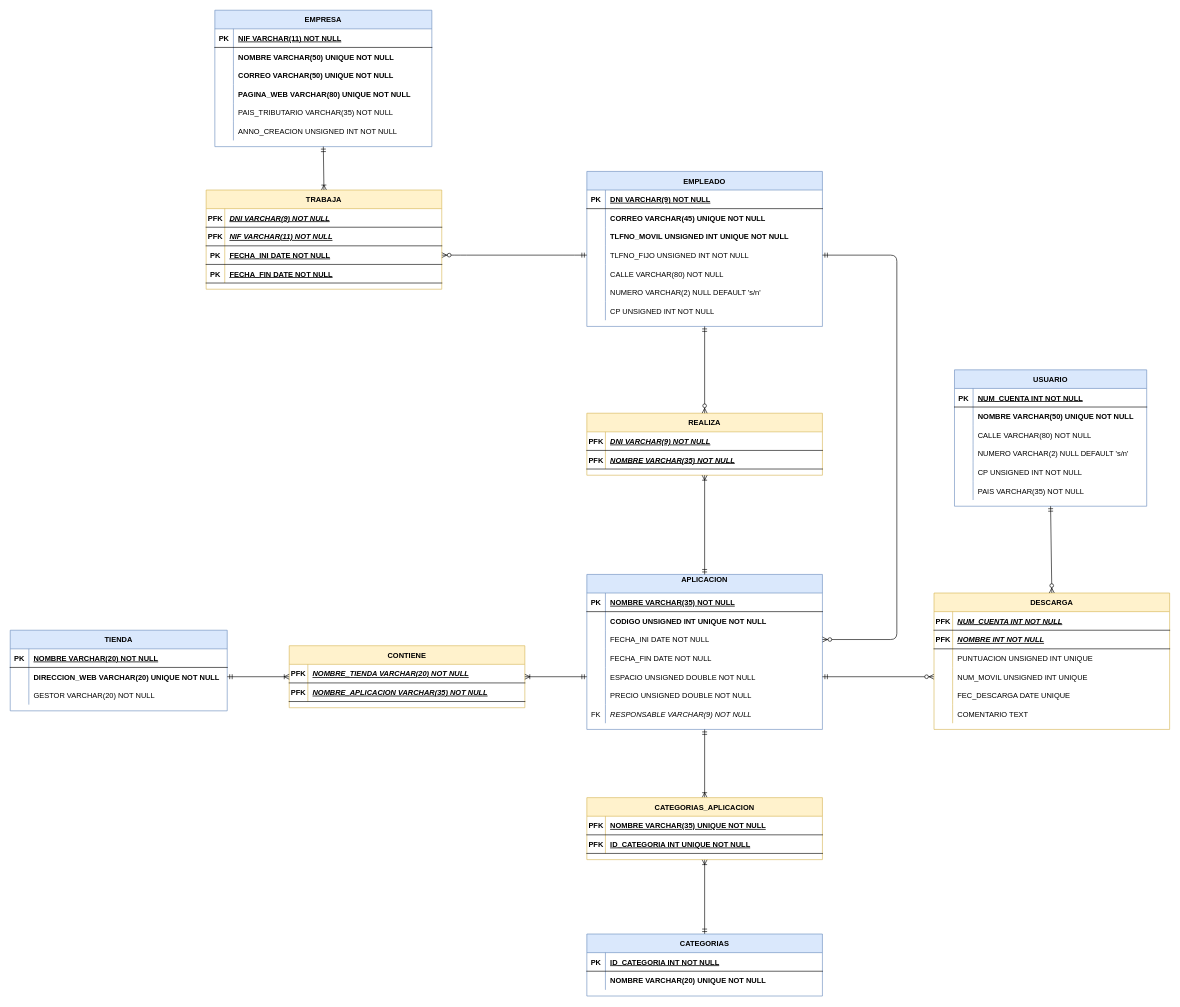
Earlier version of the draw.io diagram DiagramaRelacional.drawio (AlbertoUAH/Bases-de-datos-SQL). Source tidied: cells renumbered, new cells numbered last; positions are measured from the earlier drawing's top-left corner, leaving out a move shared by most shapes. Both pictures are drawn from the tidied source at 62%, with x=0, y=0 at pixel (10, 10).
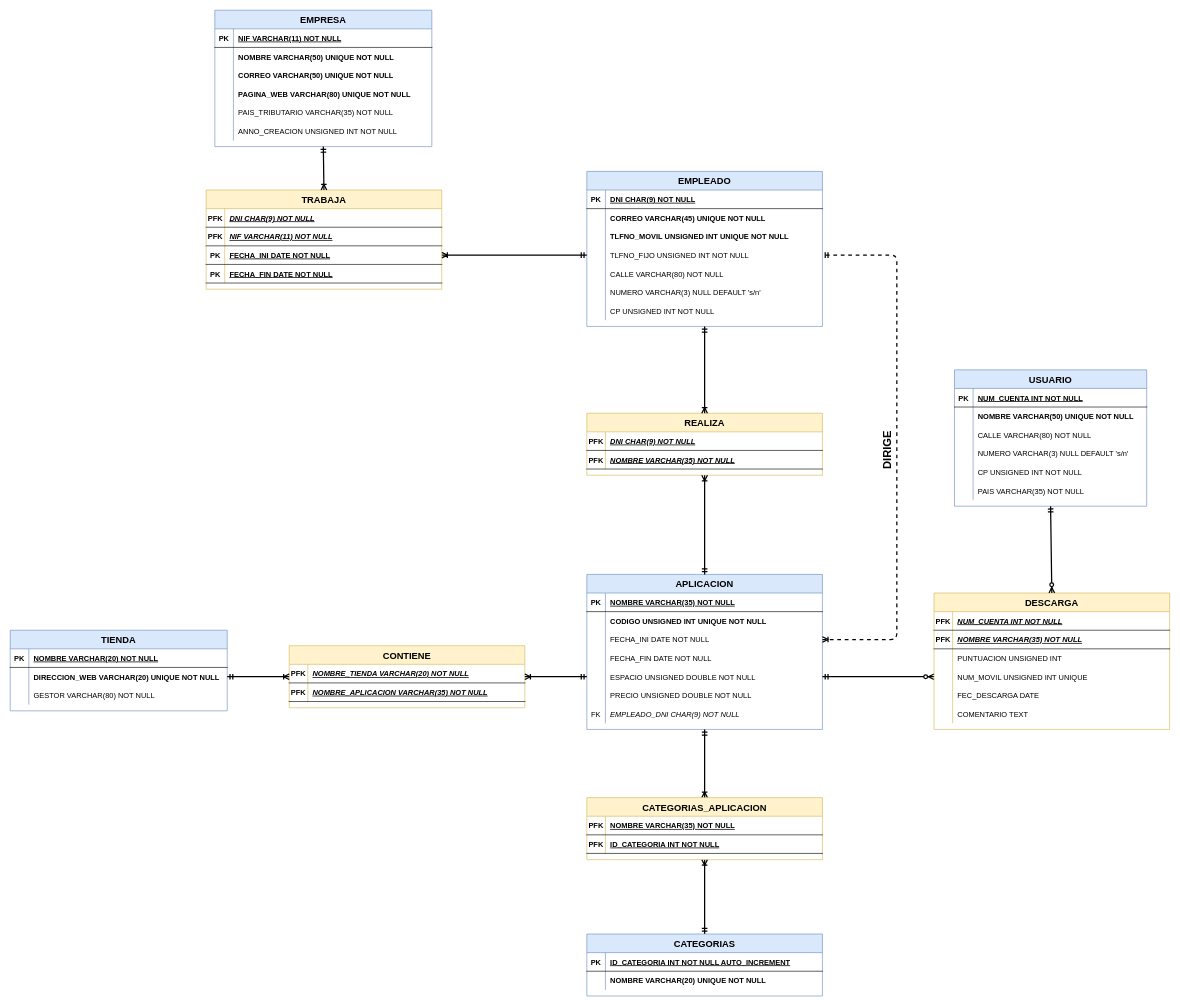
The same diagram, later.

Commit message (it also covers changes not shown here):
Cambios diagramas E-R y Relacional + Script SQL (Base de datos + tablas)

Unchanged cells that the change refers to:
```xml
<mxCell id="22" style="shape=partialRectangle;fillColor=none;top=0;left=0;right=0;bottom=1;" parent="21" vertex="1">
  <mxGeometry y="30" width="380" height="30" as="geometry" />
</mxCell>
<mxCell id="31" style="shape=partialRectangle;fillColor=none;points=[[0,0.5],[1,0.5]];portConstraint=eastwest;top=0;left=0;right=0;bottom=0;" parent="21" vertex="1">
  <mxGeometry y="120" width="380" height="30" as="geometry" />
</mxCell>
<mxCell id="37" style="shape=partialRectangle;fillColor=none;top=0;left=0;right=0;bottom=0;" parent="21" vertex="1">
  <mxGeometry y="180" width="380" height="30" as="geometry" />
</mxCell>
<mxCell id="44" style="shape=partialRectangle;fillColor=none;top=0;left=0;right=0;bottom=1;" parent="43" vertex="1">
  <mxGeometry y="30" width="380" height="30" as="geometry" />
</mxCell>
<mxCell id="57" style="shape=partialRectangle;fillColor=none;points=[[0,0.5],[1,0.5]];portConstraint=eastwest;top=0;left=0;right=0;bottom=0;" parent="50" vertex="1">
  <mxGeometry y="90" width="380" height="30" as="geometry" />
</mxCell>
<mxCell id="63" style="shape=partialRectangle;fillColor=none;points=[[0,0.5],[1,0.5]];portConstraint=eastwest;top=0;left=0;right=0;bottom=0;" parent="50" vertex="1">
  <mxGeometry y="150" width="380" height="30" as="geometry" />
</mxCell>
<mxCell id="69" style="shape=partialRectangle;fillColor=none;top=0;left=0;right=0;bottom=0;" parent="50" vertex="1">
  <mxGeometry y="210" width="380" height="30" as="geometry" />
</mxCell>
<mxCell id="76" style="shape=partialRectangle;fillColor=none;points=[[0,0.5],[1,0.5]];portConstraint=eastwest;top=0;left=0;right=0;bottom=0;" parent="72" vertex="1">
  <mxGeometry y="60" width="350" height="30" as="geometry" />
</mxCell>
<mxCell id="79" style="shape=partialRectangle;fillColor=none;top=0;left=0;right=0;bottom=0;" parent="72" vertex="1">
  <mxGeometry y="90" width="350" height="30" as="geometry" />
</mxCell>
<mxCell id="97" style="shape=partialRectangle;fillColor=none;top=0;left=0;right=0;bottom=1;" parent="96" vertex="1">
  <mxGeometry y="30" width="380" height="30" as="geometry" />
</mxCell>
<mxCell id="103" style="shape=partialRectangle;fillColor=none;points=[[0,0.5],[1,0.5]];portConstraint=eastwest;top=0;left=0;right=0;bottom=1;" parent="96" vertex="1">
  <mxGeometry y="90" width="380" height="30" as="geometry" />
</mxCell>
<mxCell id="115" style="shape=partialRectangle;fillColor=none;top=0;left=0;right=0;bottom=1;" parent="111" vertex="1">
  <mxGeometry y="60" width="380" height="30" as="geometry" />
</mxCell>
<mxCell id="118" style="shape=partialRectangle;fillColor=none;top=0;left=0;right=0;bottom=0;" parent="111" vertex="1">
  <mxGeometry y="90" width="380" height="30" as="geometry" />
</mxCell>
<mxCell id="121" style="shape=partialRectangle;fillColor=none;points=[[0,0.5],[1,0.5]];portConstraint=eastwest;top=0;left=0;right=0;bottom=0;" parent="111" vertex="1">
  <mxGeometry y="120" width="380" height="30" as="geometry" />
</mxCell>
<mxCell id="124" style="shape=partialRectangle;fillColor=none;top=0;left=0;right=0;bottom=0;" parent="111" vertex="1">
  <mxGeometry y="150" width="380" height="30" as="geometry" />
</mxCell>
<mxCell id="140" style="shape=partialRectangle;fillColor=none;top=0;left=0;right=0;bottom=0;" parent="130" vertex="1">
  <mxGeometry y="120" width="310" height="30" as="geometry" />
</mxCell>
<mxCell id="152" style="shape=partialRectangle;fillColor=none;top=0;left=0;right=0;bottom=1;" parent="151" vertex="1">
  <mxGeometry y="30" width="380" height="30" as="geometry" />
</mxCell>
<mxCell id="155" style="shape=partialRectangle;fillColor=none;top=0;left=0;right=0;bottom=1;" parent="151" vertex="1">
  <mxGeometry y="60" width="380" height="30" as="geometry" />
</mxCell>
<mxCell id="159" style="shape=partialRectangle;fillColor=none;top=0;left=0;right=0;bottom=1;" parent="158" vertex="1">
  <mxGeometry y="30" width="380" height="30" as="geometry" />
</mxCell>
```

Diff of the diagram source:
```diff
@@
-    <mxCell id="2" value="EMPRESA" style="shape=table;startSize=30;childLayout=tableLayout;rowLines=0;fontStyle=1;align=center;fillColor=#dae8fc;strokeColor=#6c8ebf;" parent="1" vertex="1">
+    <mxCell id="2" value="EMPRESA" style="shape=table;startSize=30;childLayout=tableLayout;rowLines=0;fontStyle=1;align=center;fillColor=#dae8fc;strokeColor=#6c8ebf;fontSize=15;" parent="1" vertex="1">
       <mxGeometry x="330" width="350" height="220" as="geometry" />
     </mxCell>
@@
-    <mxCell id="21" value="EMPLEADO" style="shape=table;startSize=30;childLayout=tableLayout;rowLines=0;fontStyle=1;align=center;fillColor=#dae8fc;strokeColor=#6c8ebf;" parent="1" vertex="1">
+    <mxCell id="21" value="EMPLEADO" style="shape=table;startSize=30;childLayout=tableLayout;rowLines=0;fontStyle=1;align=center;fillColor=#dae8fc;strokeColor=#6c8ebf;fontSize=15;" parent="1" vertex="1">
       <mxGeometry x="930" y="260" width="380" height="250" as="geometry" />
     </mxCell>
@@
-    <mxCell id="24" value="DNI VARCHAR(9) NOT NULL" style="shape=partialRectangle;overflow=hidden;fillColor=none;top=0;left=0;bottom=0;right=0;align=left;spacingLeft=6;fontStyle=5;" parent="22" vertex="1">
+    <mxCell id="24" value="DNI CHAR(9) NOT NULL" style="shape=partialRectangle;overflow=hidden;fillColor=none;top=0;left=0;bottom=0;right=0;align=left;spacingLeft=6;fontStyle=5;" parent="22" vertex="1">
       <mxGeometry x="30" width="350" height="30" as="geometry" />
     </mxCell>
@@
-    <mxCell id="39" value="NUMERO VARCHAR(2) NULL DEFAULT 's/n'" style="shape=partialRectangle;overflow=hidden;fillColor=none;top=0;left=0;bottom=0;right=0;align=left;spacingLeft=6;" parent="37" vertex="1">
+    <mxCell id="39" value="NUMERO VARCHAR(3) NULL DEFAULT 's/n'" style="shape=partialRectangle;overflow=hidden;fillColor=none;top=0;left=0;bottom=0;right=0;align=left;spacingLeft=6;" parent="37" vertex="1">
       <mxGeometry x="30" width="350" height="30" as="geometry" />
     </mxCell>
@@
-    <mxCell id="43" value="REALIZA" style="shape=table;startSize=30;childLayout=tableLayout;rowLines=0;fontStyle=1;align=center;fillColor=#fff2cc;strokeColor=#d6b656;" parent="1" vertex="1">
+    <mxCell id="43" value="REALIZA" style="shape=table;startSize=30;childLayout=tableLayout;rowLines=0;fontStyle=1;align=center;fillColor=#fff2cc;strokeColor=#d6b656;fontSize=15;" parent="1" vertex="1">
       <mxGeometry x="930" y="650" width="380" height="100" as="geometry" />
     </mxCell>
@@
-    <mxCell id="46" value="DNI VARCHAR(9) NOT NULL" style="shape=partialRectangle;overflow=hidden;fillColor=none;top=0;left=0;bottom=0;right=0;align=left;spacingLeft=6;fontStyle=7;" parent="44" vertex="1">
+    <mxCell id="46" value="DNI CHAR(9) NOT NULL" style="shape=partialRectangle;overflow=hidden;fillColor=none;top=0;left=0;bottom=0;right=0;align=left;spacingLeft=6;fontStyle=7;" parent="44" vertex="1">
       <mxGeometry x="30" width="350" height="30" as="geometry" />
     </mxCell>
@@
-    <mxCell id="50" value="APLICACION&#10;" style="shape=table;startSize=30;childLayout=tableLayout;rowLines=0;fontStyle=1;align=center;fillColor=#dae8fc;strokeColor=#6c8ebf;" parent="1" vertex="1">
+    <mxCell id="50" value="APLICACION&#10;" style="shape=table;startSize=30;childLayout=tableLayout;rowLines=0;fontStyle=1;align=center;fillColor=#dae8fc;strokeColor=#6c8ebf;fontSize=15;verticalAlign=top;" parent="1" vertex="1">
       <mxGeometry x="930" y="910" width="380" height="250" as="geometry" />
     </mxCell>
@@
-    <mxCell id="71" value="RESPONSABLE VARCHAR(9) NOT NULL" style="shape=partialRectangle;overflow=hidden;fillColor=none;top=0;left=0;bottom=0;right=0;align=left;spacingLeft=6;fontStyle=2;" parent="69" vertex="1">
+    <mxCell id="71" value="EMPLEADO_DNI CHAR(9) NOT NULL" style="shape=partialRectangle;overflow=hidden;fillColor=none;top=0;left=0;bottom=0;right=0;align=left;spacingLeft=6;fontStyle=2;" parent="69" vertex="1">
       <mxGeometry x="30" width="350" height="30" as="geometry" />
     </mxCell>
-    <mxCell id="72" value="TIENDA" style="shape=table;startSize=30;childLayout=tableLayout;rowLines=0;fontStyle=1;align=center;fillColor=#dae8fc;strokeColor=#6c8ebf;" parent="1" vertex="1">
+    <mxCell id="72" value="TIENDA" style="shape=table;startSize=30;childLayout=tableLayout;rowLines=0;fontStyle=1;align=center;fillColor=#dae8fc;strokeColor=#6c8ebf;fontSize=15;" parent="1" vertex="1">
       <mxGeometry y="1000" width="350" height="130" as="geometry" />
     </mxCell>
@@
-    <mxCell id="81" value="GESTOR VARCHAR(20) NOT NULL" style="shape=partialRectangle;overflow=hidden;fillColor=none;top=0;left=0;bottom=0;right=0;align=left;spacingLeft=6;fontStyle=0;" parent="79" vertex="1">
+    <mxCell id="81" value="GESTOR VARCHAR(80) NOT NULL" style="shape=partialRectangle;overflow=hidden;fillColor=none;top=0;left=0;bottom=0;right=0;align=left;spacingLeft=6;fontStyle=0;" parent="79" vertex="1">
       <mxGeometry x="30" width="320" height="30" as="geometry" />
     </mxCell>
-    <mxCell id="82" value="CONTIENE" style="shape=table;startSize=30;childLayout=tableLayout;rowLines=0;fontStyle=1;align=center;fillColor=#fff2cc;strokeColor=#d6b656;" parent="1" vertex="1">
+    <mxCell id="82" value="CONTIENE" style="shape=table;startSize=30;childLayout=tableLayout;rowLines=0;fontStyle=1;align=center;fillColor=#fff2cc;strokeColor=#d6b656;fontSize=15;" parent="1" vertex="1">
       <mxGeometry x="450" y="1025" width="380" height="100" as="geometry" />
     </mxCell>
@@
-    <mxCell id="89" style="edgeStyle=entityRelationEdgeStyle;fontSize=12;html=1;endArrow=ERzeroToMany;startArrow=ERmandOne;entryX=1;entryY=0.5;entryDx=0;entryDy=0;exitX=0;exitY=0.5;exitDx=0;exitDy=0;" parent="1" edge="1" source="31" target="103">
+    <mxCell id="89" style="edgeStyle=entityRelationEdgeStyle;fontSize=12;html=1;endArrow=ERoneToMany;startArrow=ERmandOne;entryX=1;entryY=0.5;entryDx=0;entryDy=0;exitX=0;exitY=0.5;exitDx=0;exitDy=0;endFill=0;strokeWidth=2;" parent="1" edge="1" source="31" target="103">
       <mxGeometry relative="1" as="geometry" />
     </mxCell>
-    <mxCell id="90" style="endArrow=ERmandOne;html=1;strokeColor=#000000;entryX=0.5;entryY=1;entryDx=0;entryDy=0;exitX=0.5;exitY=0;exitDx=0;exitDy=0;startArrow=ERzeroToMany;startFill=1;endFill=0;" parent="1" edge="1" source="43" target="21">
+    <mxCell id="90" style="endArrow=ERmandOne;html=1;strokeColor=#000000;entryX=0.5;entryY=1;entryDx=0;entryDy=0;exitX=0.5;exitY=0;exitDx=0;exitDy=0;startArrow=ERoneToMany;startFill=0;endFill=0;strokeWidth=2;" parent="1" edge="1" source="43" target="21">
       <mxGeometry relative="1" as="geometry" />
     </mxCell>
-    <mxCell id="91" style="endArrow=ERoneToMany;html=1;strokeColor=#000000;entryX=0.5;entryY=1;entryDx=0;entryDy=0;exitX=0.5;exitY=0;exitDx=0;exitDy=0;startArrow=ERmandOne;startFill=0;endFill=0;" parent="1" edge="1" source="50" target="43">
+    <mxCell id="91" style="endArrow=ERoneToMany;html=1;strokeColor=#000000;entryX=0.5;entryY=1;entryDx=0;entryDy=0;exitX=0.5;exitY=0;exitDx=0;exitDy=0;startArrow=ERmandOne;startFill=0;endFill=0;strokeWidth=2;" parent="1" edge="1" source="50" target="43">
       <mxGeometry relative="1" as="geometry" />
     </mxCell>
-    <mxCell id="92" style="endArrow=ERmandOne;html=1;strokeColor=#000000;entryX=0;entryY=0.5;entryDx=0;entryDy=0;exitX=1;exitY=0.5;exitDx=0;exitDy=0;startArrow=ERoneToMany;startFill=0;endFill=0;" parent="1" edge="1" source="82" target="63">
+    <mxCell id="92" style="endArrow=ERmandOne;html=1;strokeColor=#000000;entryX=0;entryY=0.5;entryDx=0;entryDy=0;exitX=1;exitY=0.5;exitDx=0;exitDy=0;startArrow=ERoneToMany;startFill=0;endFill=0;strokeWidth=2;" parent="1" edge="1" source="82" target="63">
       <mxGeometry relative="1" as="geometry" />
     </mxCell>
-    <mxCell id="93" style="endArrow=ERoneToMany;html=1;strokeColor=#000000;entryX=0;entryY=0.5;entryDx=0;entryDy=0;exitX=1;exitY=0.5;exitDx=0;exitDy=0;startArrow=ERmandOne;startFill=0;endFill=0;" parent="1" edge="1" source="76" target="82">
+    <mxCell id="93" style="endArrow=ERoneToMany;html=1;strokeColor=#000000;entryX=0;entryY=0.5;entryDx=0;entryDy=0;exitX=1;exitY=0.5;exitDx=0;exitDy=0;startArrow=ERmandOne;startFill=0;endFill=0;strokeWidth=2;" parent="1" edge="1" source="76" target="82">
       <mxGeometry relative="1" as="geometry" />
     </mxCell>
-    <mxCell id="94" style="endArrow=ERmandOne;html=1;strokeColor=#000000;exitX=0.5;exitY=0;exitDx=0;exitDy=0;startArrow=ERoneToMany;startFill=0;endFill=0;" parent="1" edge="1" source="151">
+    <mxCell id="94" style="endArrow=ERmandOne;html=1;strokeColor=#000000;exitX=0.5;exitY=0;exitDx=0;exitDy=0;startArrow=ERoneToMany;startFill=0;endFill=0;strokeWidth=2;" parent="1" edge="1" source="151">
       <mxGeometry relative="1" as="geometry">
         <mxPoint x="1120" y="1160" as="targetPoint" />
       </mxGeometry>
     </mxCell>
-    <mxCell id="95" style="endArrow=ERoneToMany;html=1;strokeColor=#000000;exitX=0.5;exitY=0;exitDx=0;exitDy=0;startArrow=ERmandOne;startFill=0;endFill=0;entryX=0.5;entryY=1;entryDx=0;entryDy=0;" parent="1" edge="1" source="158" target="151">
+    <mxCell id="95" style="endArrow=ERoneToMany;html=1;strokeColor=#000000;exitX=0.5;exitY=0;exitDx=0;exitDy=0;startArrow=ERmandOne;startFill=0;endFill=0;entryX=0.5;entryY=1;entryDx=0;entryDy=0;strokeWidth=2;" parent="1" edge="1" source="158" target="151">
       <mxGeometry relative="1" as="geometry" />
     </mxCell>
-    <mxCell id="96" value="TRABAJA" style="shape=table;startSize=30;childLayout=tableLayout;rowLines=0;fontStyle=1;align=center;fillColor=#fff2cc;strokeColor=#d6b656;" parent="1" vertex="1">
+    <mxCell id="96" value="TRABAJA" style="shape=table;startSize=30;childLayout=tableLayout;rowLines=0;fontStyle=1;align=center;fillColor=#fff2cc;strokeColor=#d6b656;fontSize=15;" parent="1" vertex="1">
       <mxGeometry x="316" y="290" width="380" height="160" as="geometry" />
     </mxCell>
@@
-    <mxCell id="99" value="DNI VARCHAR(9) NOT NULL" style="shape=partialRectangle;overflow=hidden;fillColor=none;top=0;left=0;bottom=0;right=0;align=left;spacingLeft=6;fontStyle=7;" parent="97" vertex="1">
+    <mxCell id="99" value="DNI CHAR(9) NOT NULL" style="shape=partialRectangle;overflow=hidden;fillColor=none;top=0;left=0;bottom=0;right=0;align=left;spacingLeft=6;fontStyle=7;" parent="97" vertex="1">
       <mxGeometry x="30" width="350" height="30" as="geometry" />
     </mxCell>
@@
-    <mxCell id="109" style="endArrow=ERmandOne;html=1;strokeColor=#000000;entryX=0.5;entryY=1;entryDx=0;entryDy=0;exitX=0.5;exitY=0;exitDx=0;exitDy=0;startArrow=ERoneToMany;startFill=0;endFill=0;" parent="1" edge="1" source="96" target="2">
+    <mxCell id="109" style="endArrow=ERmandOne;html=1;strokeColor=#000000;entryX=0.5;entryY=1;entryDx=0;entryDy=0;exitX=0.5;exitY=0;exitDx=0;exitDy=0;startArrow=ERoneToMany;startFill=0;endFill=0;strokeWidth=2;" parent="1" edge="1" source="96" target="2">
       <mxGeometry relative="1" as="geometry" />
     </mxCell>
-    <mxCell id="110" style="endArrow=ERzeroToMany;html=1;strokeColor=#000000;entryX=0;entryY=0.5;entryDx=0;entryDy=0;exitX=1;exitY=0.5;exitDx=0;exitDy=0;startArrow=ERmandOne;startFill=0;endFill=1;" parent="1" edge="1" source="63" target="121">
+    <mxCell id="110" style="endArrow=ERzeroToMany;html=1;strokeColor=#000000;entryX=0;entryY=0.5;entryDx=0;entryDy=0;exitX=1;exitY=0.5;exitDx=0;exitDy=0;startArrow=ERmandOne;startFill=0;endFill=1;strokeWidth=2;" parent="1" edge="1" source="63" target="121">
       <mxGeometry relative="1" as="geometry" />
     </mxCell>
-    <mxCell id="111" value="DESCARGA" style="shape=table;startSize=30;childLayout=tableLayout;rowLines=0;fontStyle=1;align=center;fillColor=#fff2cc;strokeColor=#d6b656;" parent="1" vertex="1">
+    <mxCell id="111" value="DESCARGA" style="shape=table;startSize=30;childLayout=tableLayout;rowLines=0;fontStyle=1;align=center;fillColor=#fff2cc;strokeColor=#d6b656;fontSize=15;" parent="1" vertex="1">
       <mxGeometry x="1490" y="940" width="380" height="220" as="geometry" />
     </mxCell>
@@
-    <mxCell id="117" value="NOMBRE INT NOT NULL" style="shape=partialRectangle;overflow=hidden;fillColor=none;top=0;left=0;bottom=0;right=0;align=left;spacingLeft=6;fontStyle=7;" parent="115" vertex="1">
+    <mxCell id="117" value="NOMBRE VARCHAR(35) NOT NULL" style="shape=partialRectangle;overflow=hidden;fillColor=none;top=0;left=0;bottom=0;right=0;align=left;spacingLeft=6;fontStyle=7;" parent="115" vertex="1">
       <mxGeometry x="30" width="350" height="30" as="geometry" />
     </mxCell>
@@
-    <mxCell id="120" value="PUNTUACION UNSIGNED INT UNIQUE" style="shape=partialRectangle;overflow=hidden;fillColor=none;top=0;left=0;bottom=0;right=0;align=left;spacingLeft=6;fontStyle=0;" parent="118" vertex="1">
+    <mxCell id="120" value="PUNTUACION UNSIGNED INT " style="shape=partialRectangle;overflow=hidden;fillColor=none;top=0;left=0;bottom=0;right=0;align=left;spacingLeft=6;fontStyle=0;" parent="118" vertex="1">
       <mxGeometry x="30" width="350" height="30" as="geometry" />
     </mxCell>
@@
-    <mxCell id="126" value="FEC_DESCARGA DATE UNIQUE" style="shape=partialRectangle;overflow=hidden;fillColor=none;top=0;left=0;bottom=0;right=0;align=left;spacingLeft=6;" parent="124" vertex="1">
+    <mxCell id="126" value="FEC_DESCARGA DATE" style="shape=partialRectangle;overflow=hidden;fillColor=none;top=0;left=0;bottom=0;right=0;align=left;spacingLeft=6;" parent="124" vertex="1">
       <mxGeometry x="30" width="350" height="30" as="geometry" />
     </mxCell>
@@
-    <mxCell id="130" value="USUARIO" style="shape=table;startSize=30;childLayout=tableLayout;rowLines=0;fontStyle=1;align=center;fillColor=#dae8fc;strokeColor=#6c8ebf;" parent="1" vertex="1">
+    <mxCell id="130" value="USUARIO" style="shape=table;startSize=30;childLayout=tableLayout;rowLines=0;fontStyle=1;align=center;fillColor=#dae8fc;strokeColor=#6c8ebf;fontSize=15;" parent="1" vertex="1">
       <mxGeometry x="1523" y="580" width="310" height="220" as="geometry" />
     </mxCell>
@@
-    <mxCell id="142" value="NUMERO VARCHAR(2) NULL DEFAULT 's/n'" style="shape=partialRectangle;overflow=hidden;fillColor=none;top=0;left=0;bottom=0;right=0;align=left;spacingLeft=6;" parent="140" vertex="1">
+    <mxCell id="142" value="NUMERO VARCHAR(3) NULL DEFAULT 's/n'" style="shape=partialRectangle;overflow=hidden;fillColor=none;top=0;left=0;bottom=0;right=0;align=left;spacingLeft=6;" parent="140" vertex="1">
       <mxGeometry x="30" width="280" height="30" as="geometry" />
     </mxCell>
@@
-    <mxCell id="149" style="endArrow=ERzeroToMany;html=1;strokeColor=#000000;entryX=0.5;entryY=0;entryDx=0;entryDy=0;exitX=0.5;exitY=1;exitDx=0;exitDy=0;startArrow=ERmandOne;startFill=0;endFill=1;" parent="1" edge="1" source="130" target="111">
+    <mxCell id="149" style="endArrow=ERzeroToMany;html=1;strokeColor=#000000;entryX=0.5;entryY=0;entryDx=0;entryDy=0;exitX=0.5;exitY=1;exitDx=0;exitDy=0;startArrow=ERmandOne;startFill=0;endFill=1;strokeWidth=2;" parent="1" edge="1" source="130" target="111">
       <mxGeometry relative="1" as="geometry" />
     </mxCell>
-    <mxCell id="150" style="endArrow=ERmandOne;html=1;strokeColor=#000000;entryX=1;entryY=0.5;entryDx=0;entryDy=0;exitX=1;exitY=0.5;exitDx=0;exitDy=0;startArrow=ERzeroToMany;startFill=1;endFill=0;" parent="1" edge="1" source="57" target="31">
+    <mxCell id="150" style="endArrow=ERmandOne;html=1;strokeColor=#000000;entryX=1;entryY=0.5;entryDx=0;entryDy=0;exitX=1;exitY=0.5;exitDx=0;exitDy=0;startArrow=ERoneToMany;startFill=0;endFill=0;dashed=1;jumpSize=6;strokeWidth=2;" parent="1" edge="1" source="57" target="31">
       <mxGeometry relative="1" as="geometry">
         <Array as="points">
           <mxPoint x="1430" y="1015" />
           <mxPoint x="1430" y="395" />
         </Array>
       </mxGeometry>
     </mxCell>
-    <mxCell id="151" value="CATEGORIAS_APLICACION" style="shape=table;startSize=30;childLayout=tableLayout;rowLines=0;fontStyle=1;align=center;fillColor=#fff2cc;strokeColor=#d6b656;" parent="1" vertex="1">
+    <mxCell id="151" value="CATEGORIAS_APLICACION" style="shape=table;startSize=30;childLayout=tableLayout;rowLines=0;fontStyle=1;align=center;fillColor=#fff2cc;strokeColor=#d6b656;fontSize=15;" parent="1" vertex="1">
       <mxGeometry x="930" y="1270" width="380" height="100" as="geometry" />
     </mxCell>
@@
-    <mxCell id="154" value="NOMBRE VARCHAR(35) UNIQUE NOT NULL" style="shape=partialRectangle;overflow=hidden;fillColor=none;top=0;left=0;bottom=0;right=0;align=left;spacingLeft=6;fontStyle=5;" parent="152" vertex="1">
+    <mxCell id="154" value="NOMBRE VARCHAR(35) NOT NULL" style="shape=partialRectangle;overflow=hidden;fillColor=none;top=0;left=0;bottom=0;right=0;align=left;spacingLeft=6;fontStyle=5;" parent="152" vertex="1">
       <mxGeometry x="30" width="350" height="30" as="geometry" />
     </mxCell>
@@
-    <mxCell id="157" value="ID_CATEGORIA INT UNIQUE NOT NULL" style="shape=partialRectangle;overflow=hidden;fillColor=none;top=0;left=0;bottom=0;right=0;align=left;spacingLeft=6;fontStyle=5;" parent="155" vertex="1">
+    <mxCell id="157" value="ID_CATEGORIA INT NOT NULL" style="shape=partialRectangle;overflow=hidden;fillColor=none;top=0;left=0;bottom=0;right=0;align=left;spacingLeft=6;fontStyle=5;" parent="155" vertex="1">
       <mxGeometry x="30" width="350" height="30" as="geometry" />
     </mxCell>
-    <mxCell id="158" value="CATEGORIAS" style="shape=table;startSize=30;childLayout=tableLayout;rowLines=0;fontStyle=1;align=center;fillColor=#dae8fc;strokeColor=#6c8ebf;" parent="1" vertex="1">
+    <mxCell id="158" value="CATEGORIAS" style="shape=table;startSize=30;childLayout=tableLayout;rowLines=0;fontStyle=1;align=center;fillColor=#dae8fc;strokeColor=#6c8ebf;fontSize=15;" parent="1" vertex="1">
       <mxGeometry x="930" y="1490" width="380" height="100" as="geometry" />
     </mxCell>
@@
-    <mxCell id="161" value="ID_CATEGORIA INT NOT NULL" style="shape=partialRectangle;overflow=hidden;fillColor=none;top=0;left=0;bottom=0;right=0;align=left;spacingLeft=6;fontStyle=5;" parent="159" vertex="1">
+    <mxCell id="161" value="ID_CATEGORIA INT NOT NULL AUTO_INCREMENT" style="shape=partialRectangle;overflow=hidden;fillColor=none;top=0;left=0;bottom=0;right=0;align=left;spacingLeft=6;fontStyle=5;" parent="159" vertex="1">
       <mxGeometry x="30" width="350" height="30" as="geometry" />
     </mxCell>
@@
+    <mxCell id="165" value="&lt;font style=&quot;font-size: 18px&quot;&gt;&lt;b&gt;DIRIGE&lt;/b&gt;&lt;/font&gt;" style="text;html=1;align=center;verticalAlign=middle;fontSize=15;rotation=-90;" parent="1" vertex="1">
+      <mxGeometry x="1375" y="700" width="80" height="20" as="geometry" />
+    </mxCell>
```
